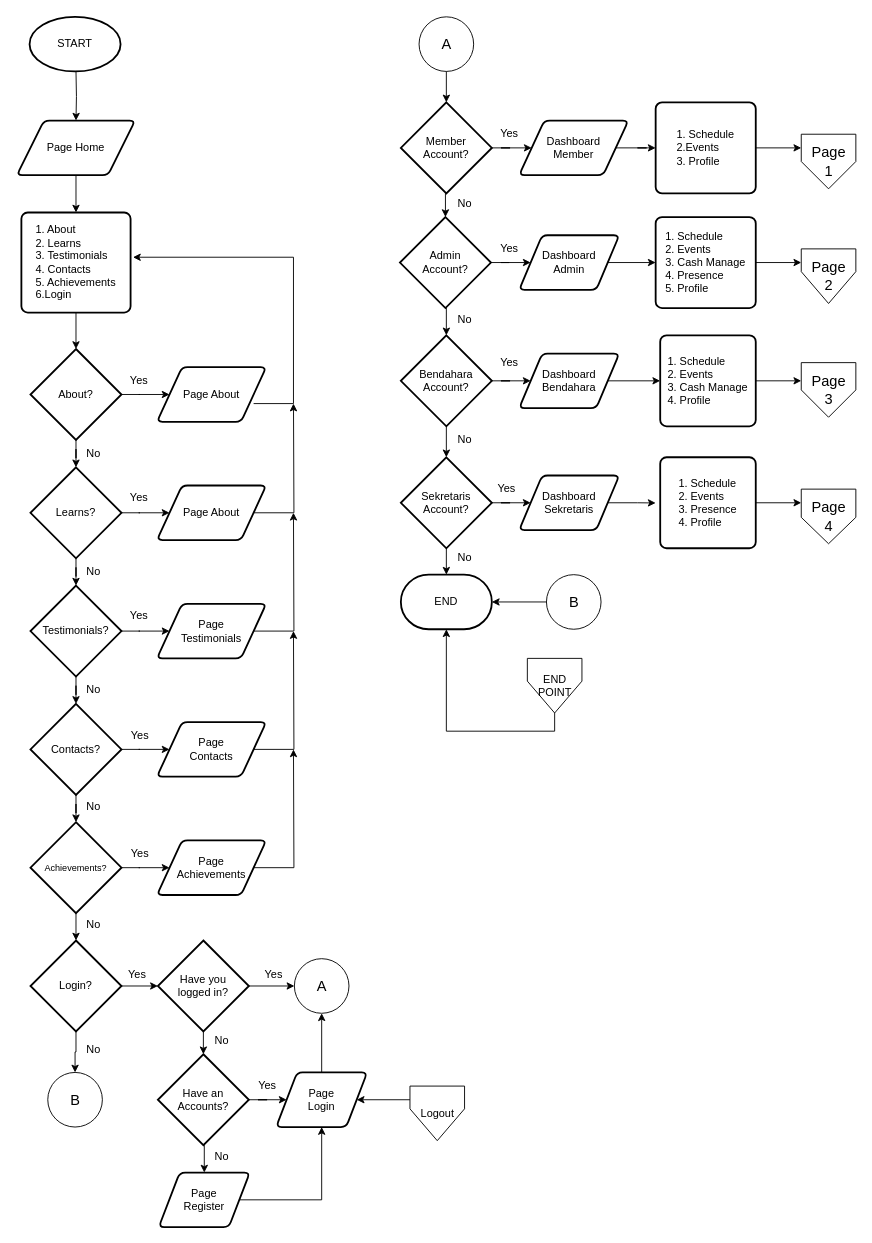
dapzz-id/DrawIO keeps this draw.io diagram as Syntax-Web.drawio. Above is the earlier version. Source tidied: cells renumbered, new cells numbered last; positions are measured from the earlier drawing's top-left corner, leaving out a move shared by most shapes. Both pictures are drawn from the tidied source at 91%, with x=0, y=0 at pixel (16, 16).
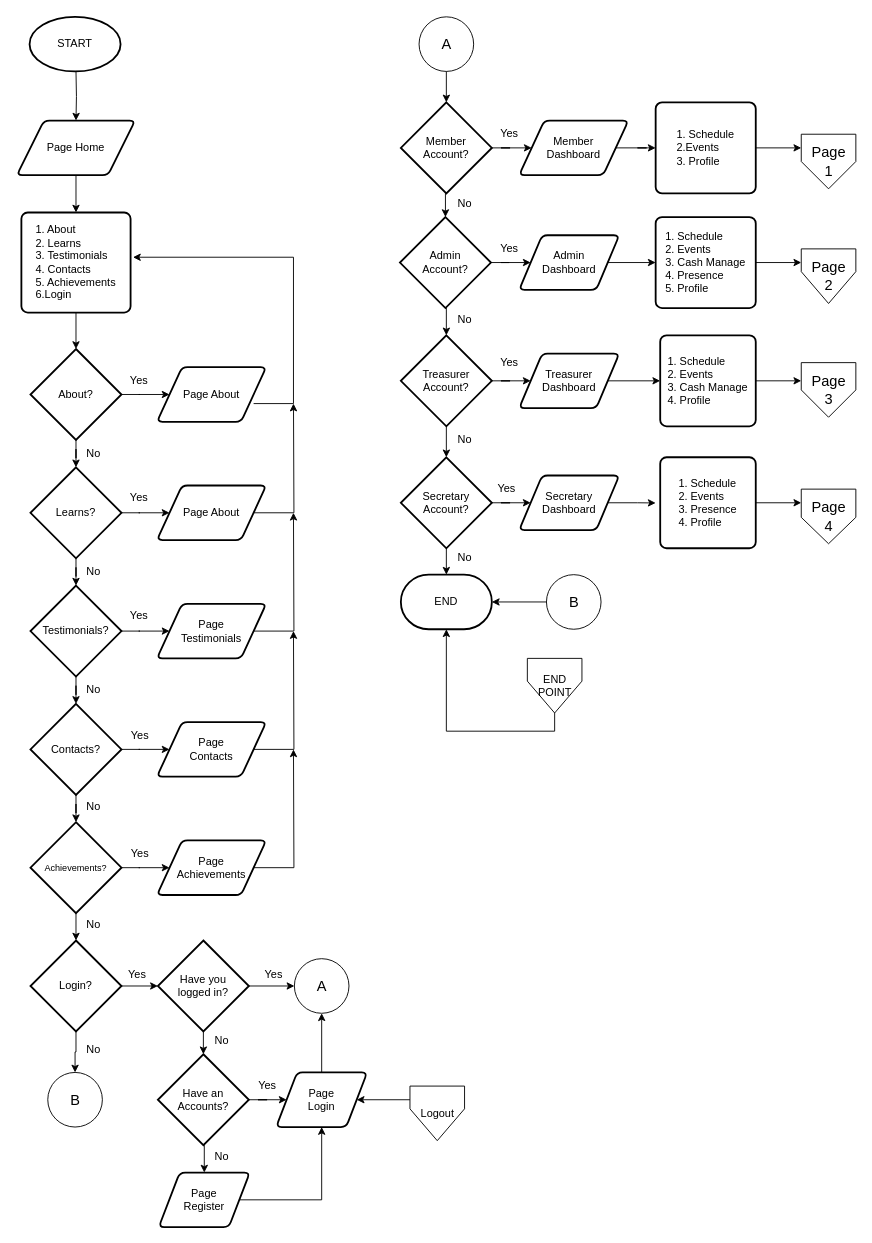
After the change.

What changed in the source:
```diff
@@
-    <mxCell id="59" value="&lt;div&gt;Dashboard&lt;/div&gt;&lt;div&gt;Member&lt;/div&gt;" style="shape=parallelogram;html=1;strokeWidth=2;perimeter=parallelogramPerimeter;whiteSpace=wrap;rounded=1;arcSize=12;size=0.23;labelBorderColor=none;" parent="1" vertex="1">
+    <mxCell id="59" value="&lt;div&gt;Member&lt;/div&gt;&lt;div&gt;Dashboard&lt;/div&gt;" style="shape=parallelogram;html=1;strokeWidth=2;perimeter=parallelogramPerimeter;whiteSpace=wrap;rounded=1;arcSize=12;size=0.23;labelBorderColor=none;" parent="1" vertex="1">
       <mxGeometry x="552" y="114" width="120" height="60" as="geometry" />
     </mxCell>
@@
-    <mxCell id="68" value="Dashboard&lt;div&gt;Admin&lt;/div&gt;" style="shape=parallelogram;html=1;strokeWidth=2;perimeter=parallelogramPerimeter;whiteSpace=wrap;rounded=1;arcSize=12;size=0.23;labelBorderColor=none;" parent="1" vertex="1">
+    <mxCell id="68" value="Admin&lt;div&gt;Dashboard&lt;/div&gt;" style="shape=parallelogram;html=1;strokeWidth=2;perimeter=parallelogramPerimeter;whiteSpace=wrap;rounded=1;arcSize=12;size=0.23;labelBorderColor=none;" parent="1" vertex="1">
       <mxGeometry x="552" y="240" width="110" height="60" as="geometry" />
     </mxCell>
@@
-    <mxCell id="73" value="Bendahara&lt;div&gt;Account?&lt;/div&gt;" style="strokeWidth=2;html=1;shape=mxgraph.flowchart.decision;whiteSpace=wrap;labelBorderColor=none;" parent="1" vertex="1">
+    <mxCell id="73" value="&lt;div&gt;Treasurer&lt;/div&gt;&lt;div&gt;Account?&lt;/div&gt;" style="strokeWidth=2;html=1;shape=mxgraph.flowchart.decision;whiteSpace=wrap;labelBorderColor=none;" parent="1" vertex="1">
       <mxGeometry x="422" y="350" width="100" height="100" as="geometry" />
     </mxCell>
@@
-    <mxCell id="77" value="Dashboard&lt;div&gt;Bendahara&lt;/div&gt;" style="shape=parallelogram;html=1;strokeWidth=2;perimeter=parallelogramPerimeter;whiteSpace=wrap;rounded=1;arcSize=12;size=0.23;labelBorderColor=none;" parent="1" vertex="1">
+    <mxCell id="77" value="Treasurer&lt;div&gt;Dashboard&lt;/div&gt;" style="shape=parallelogram;html=1;strokeWidth=2;perimeter=parallelogramPerimeter;whiteSpace=wrap;rounded=1;arcSize=12;size=0.23;labelBorderColor=none;" parent="1" vertex="1">
       <mxGeometry x="552" y="370" width="110" height="60" as="geometry" />
     </mxCell>
@@
-    <mxCell id="80" value="Sekretaris&lt;div&gt;Account?&lt;/div&gt;" style="strokeWidth=2;html=1;shape=mxgraph.flowchart.decision;whiteSpace=wrap;labelBorderColor=none;" parent="1" vertex="1">
+    <mxCell id="80" value="Secretary&lt;div&gt;Account?&lt;/div&gt;" style="strokeWidth=2;html=1;shape=mxgraph.flowchart.decision;whiteSpace=wrap;labelBorderColor=none;" parent="1" vertex="1">
       <mxGeometry x="422" y="484" width="100" height="100" as="geometry" />
     </mxCell>
@@
-    <mxCell id="85" value="&lt;div&gt;Dashboard&lt;/div&gt;&lt;div&gt;Sekretaris&lt;/div&gt;" style="shape=parallelogram;html=1;strokeWidth=2;perimeter=parallelogramPerimeter;whiteSpace=wrap;rounded=1;arcSize=12;size=0.23;labelBorderColor=none;" parent="1" vertex="1">
+    <mxCell id="85" value="Secretary&lt;div&gt;Dashboard&lt;/div&gt;" style="shape=parallelogram;html=1;strokeWidth=2;perimeter=parallelogramPerimeter;whiteSpace=wrap;rounded=1;arcSize=12;size=0.23;labelBorderColor=none;" parent="1" vertex="1">
       <mxGeometry x="552" y="504" width="110" height="60" as="geometry" />
     </mxCell>
```
